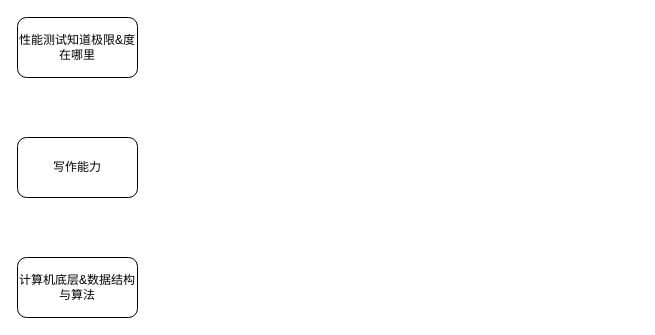
The draw.io diagram Untitled Diagram.drawio in aideepmind/PyCharmWS20170103, before the edit. Source tidied: cells renumbered, new cells numbered last; positions are measured from the earlier drawing's top-left corner, leaving out a move shared by most shapes. Both pictures are drawn from the tidied source at 100%, with x=0, y=0 at pixel (17, 17).
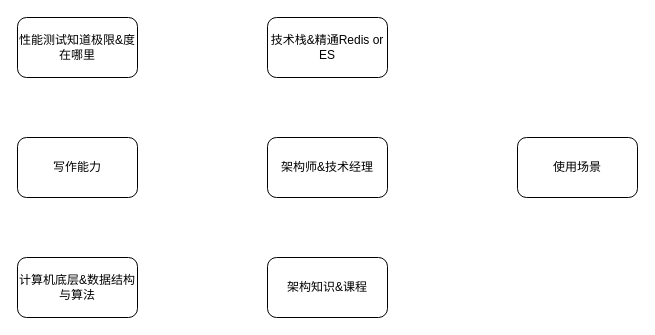
The same diagram, later.

What changed in the source:
```diff
@@
 <mxGraphModel>
   <root>
     <mxCell id="0" />
     <mxCell id="1" parent="0" />
     <mxCell id="2" value="性能测试知道极限&amp;amp;度在哪里" style="rounded=1;whiteSpace=wrap;html=1;" parent="1" vertex="1">
       <mxGeometry width="120" height="60" as="geometry" />
     </mxCell>
     <mxCell id="3" value="写作能力" style="rounded=1;whiteSpace=wrap;html=1;" parent="1" vertex="1">
       <mxGeometry y="120" width="120" height="60" as="geometry" />
     </mxCell>
     <mxCell id="4" value="计算机底层&amp;amp;数据结构与算法" style="rounded=1;whiteSpace=wrap;html=1;" parent="1" vertex="1">
       <mxGeometry y="240" width="120" height="60" as="geometry" />
     </mxCell>
+    <mxCell id="5" value="架构师&amp;amp;技术经理" style="rounded=1;whiteSpace=wrap;html=1;" parent="1" vertex="1">
+      <mxGeometry x="250" y="120" width="120" height="60" as="geometry" />
+    </mxCell>
+    <mxCell id="6" value="技术栈&amp;amp;精通Redis or ES" style="rounded=1;whiteSpace=wrap;html=1;" parent="1" vertex="1">
+      <mxGeometry x="250" width="120" height="60" as="geometry" />
+    </mxCell>
+    <mxCell id="7" value="架构知识&amp;amp;课程" style="rounded=1;whiteSpace=wrap;html=1;" parent="1" vertex="1">
+      <mxGeometry x="250" y="240" width="120" height="60" as="geometry" />
+    </mxCell>
+    <mxCell id="8" value="使用场景" style="rounded=1;whiteSpace=wrap;html=1;" parent="1" vertex="1">
+      <mxGeometry x="500" y="120" width="120" height="60" as="geometry" />
+    </mxCell>
   </root>
 </mxGraphModel>
```
